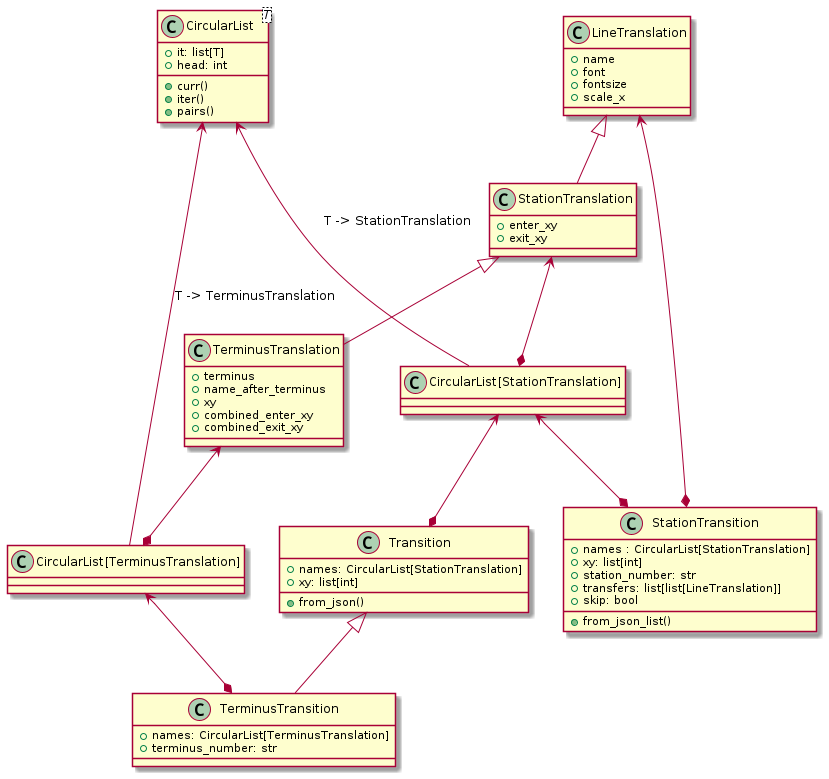
Before: settings/puml/render/classes.png, a diagram exported from PlantUML (akazukin5151/metroani).
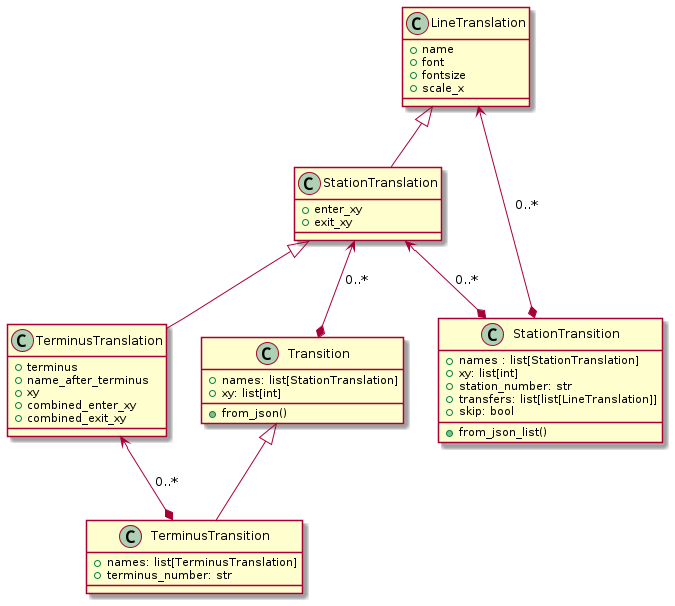
The same diagram one commit later.

Commit message:
Replace CircularList with normal list and a function

The edit, as a diff of the source:
```diff
@@ -20,27 +20,19 @@
     +combined_exit_xy
 }
 
-class CircularList<T> {
-    +it: list[T]
-    +head: int
-    +curr()
-    +iter()
-    +pairs()
-}
-
 class Transition {
-    +names: CircularList[StationTranslation]
+    +names: list[StationTranslation]
     +xy: list[int]
     +from_json()
 }
 
 class TerminusTransition extends Transition {
-    +names: CircularList[TerminusTranslation]
+    +names: list[TerminusTranslation]
     +terminus_number: str
 }
 
 class StationTransition {
-    +names : CircularList[StationTranslation]
+    +names : list[StationTranslation]
     +xy: list[int]
     +station_number: str
     +transfers: list[list[LineTranslation]]
@@ -48,16 +40,10 @@
     +from_json_list()
 }
 
+Transition *-up-> "StationTranslation": 0..*
+StationTransition *-up-> "StationTranslation": 0..*
+StationTransition *-up--> LineTranslation: 0..*
 
-"CircularList[StationTranslation]" --up-> CircularList: T -> StationTranslation
-"CircularList[StationTranslation]" *-up-> StationTranslation
-"CircularList[TerminusTranslation]" --up-> CircularList: T -> TerminusTranslation
-"CircularList[TerminusTranslation]" *-up-> TerminusTranslation
-
-Transition *-up-> "CircularList[StationTranslation]"
-StationTransition *-up-> "CircularList[StationTranslation]"
-StationTransition *-up--> LineTranslation
-
-TerminusTransition *-up-> "CircularList[TerminusTranslation]"
+TerminusTransition *-up-> "TerminusTranslation": 0..*
 
 @enduml
```
